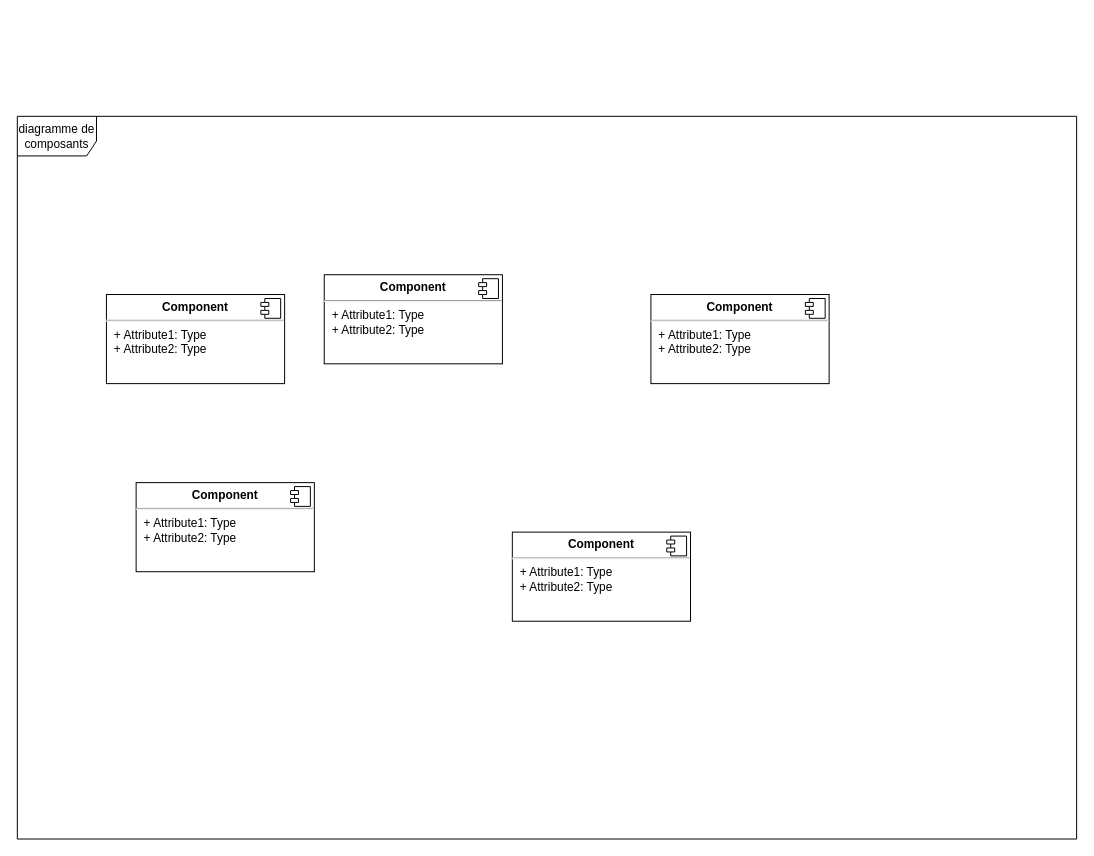
Before: documentation/Diagramme de composants.drawio in jbbaillet85/OCpizzas, a draw.io diagram. Source tidied: cells renumbered, new cells numbered last; positions are measured from the earlier drawing's top-left corner, leaving out a move shared by most shapes. Both pictures are drawn from the tidied source at 99%, with x=0, y=0 at pixel (17, 116).
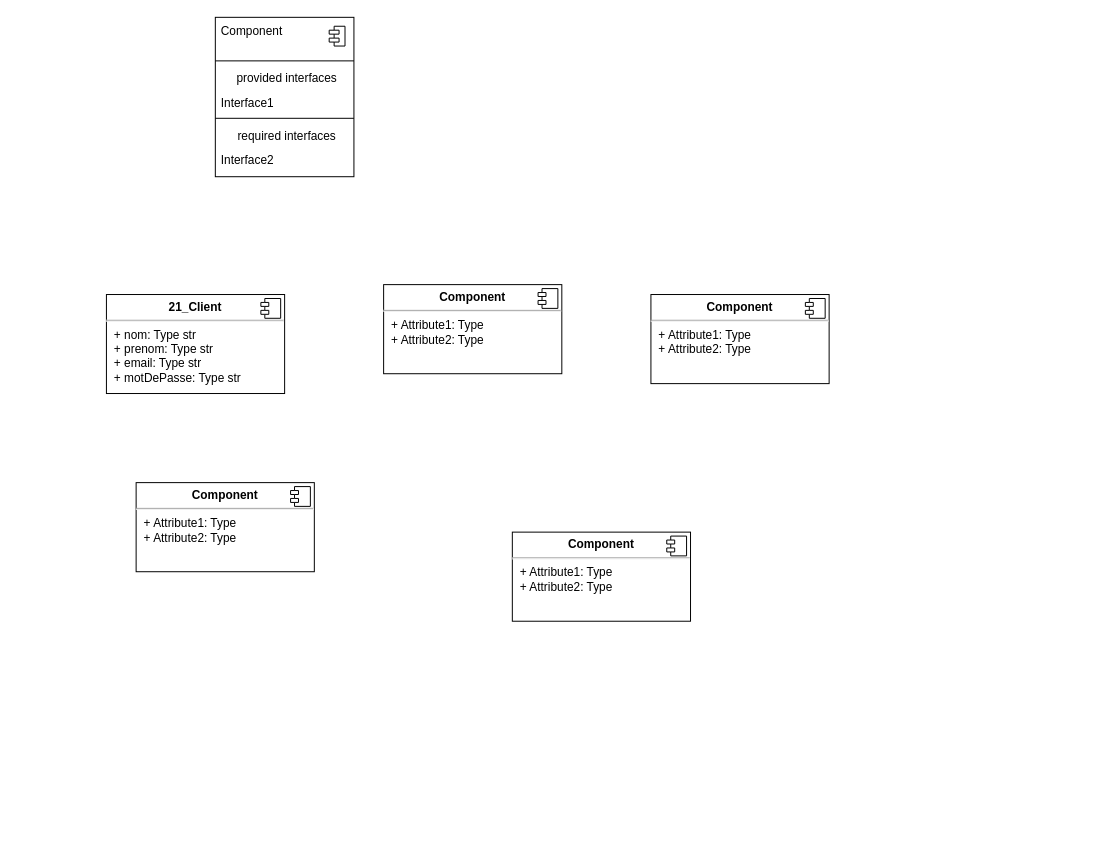
After the change.

Commit message (it also covers changes not shown here):
diagrame de deploiement

Change to the diagram source:
```diff
@@
-    <mxCell id="2" value="diagramme de composants" style="shape=umlFrame;whiteSpace=wrap;html=1;width=80;height=40;" parent="1" vertex="1">
-      <mxGeometry width="1070" height="730" as="geometry" />
-    </mxCell>
     <mxCell id="3" value="&lt;p style=&quot;margin:0px;margin-top:6px;text-align:center;&quot;&gt;&lt;b&gt;Component&lt;/b&gt;&lt;/p&gt;&lt;hr/&gt;&lt;p style=&quot;margin:0px;margin-left:8px;&quot;&gt;+ Attribute1: Type&lt;br/&gt;+ Attribute2: Type&lt;/p&gt;" style="align=left;overflow=fill;html=1;" parent="1" vertex="1">
-      <mxGeometry x="310" y="160" width="180" height="90" as="geometry" />
+      <mxGeometry x="370" y="170" width="180" height="90" as="geometry" />
     </mxCell>
@@
-    <mxCell id="11" value="&lt;p style=&quot;margin:0px;margin-top:6px;text-align:center;&quot;&gt;&lt;b&gt;Component&lt;/b&gt;&lt;/p&gt;&lt;hr/&gt;&lt;p style=&quot;margin:0px;margin-left:8px;&quot;&gt;+ Attribute1: Type&lt;br/&gt;+ Attribute2: Type&lt;/p&gt;" style="align=left;overflow=fill;html=1;" parent="1" vertex="1">
-      <mxGeometry x="90" y="180" width="180" height="90" as="geometry" />
+    <mxCell id="11" value="&lt;p style=&quot;margin: 0px ; margin-top: 6px ; text-align: center&quot;&gt;&lt;b&gt;21_Client&lt;/b&gt;&lt;/p&gt;&lt;hr&gt;&lt;p style=&quot;margin: 0px ; margin-left: 8px&quot;&gt;+ nom: Type str&lt;br&gt;+ prenom: Type str&lt;/p&gt;&lt;p style=&quot;margin: 0px ; margin-left: 8px&quot;&gt;+ email: Type str&lt;/p&gt;&lt;p style=&quot;margin: 0px ; margin-left: 8px&quot;&gt;+ motDePasse: Type str&lt;/p&gt;&lt;p style=&quot;margin: 0px ; margin-left: 8px&quot;&gt;&lt;br&gt;&lt;/p&gt;" style="align=left;overflow=fill;html=1;" parent="1" vertex="1">
+      <mxGeometry x="90" y="180" width="180" height="100" as="geometry" />
     </mxCell>
@@
+    <mxCell id="13" style="fontStyle=1;align=center;verticalAlign=top;horizontal=1;" parent="1" vertex="1">
+      <mxGeometry x="200" y="-100" width="140" height="161" as="geometry" />
+    </mxCell>
+    <mxCell id="14" value="Component" style="html=1;align=left;spacingLeft=4;verticalAlign=top;strokeColor=none;fillColor=none;" parent="13" vertex="1">
+      <mxGeometry width="140" height="40" as="geometry" />
+    </mxCell>
+    <mxCell id="15" style="shape=module;jettyWidth=10;jettyHeight=4;" parent="14" vertex="1">
+      <mxGeometry x="1" width="16" height="20" relative="1" as="geometry">
+        <mxPoint x="-25" y="9" as="offset" />
+      </mxGeometry>
+    </mxCell>
+    <mxCell id="16" style="line;strokeWidth=1;fillColor=none;align=left;verticalAlign=middle;spacingTop=-1;spacingLeft=3;spacingRight=3;labelPosition=right;" parent="13" vertex="1">
+      <mxGeometry y="40" width="140" height="8" as="geometry" />
+    </mxCell>
+    <mxCell id="17" value="provided interfaces" style="html=1;align=center;spacingLeft=4;verticalAlign=top;strokeColor=none;fillColor=none;" parent="13" vertex="1">
+      <mxGeometry y="48" width="140" height="25" as="geometry" />
+    </mxCell>
+    <mxCell id="18" value="Interface1" style="html=1;align=left;spacingLeft=4;verticalAlign=top;strokeColor=none;fillColor=none;" parent="13" vertex="1">
+      <mxGeometry y="73" width="140" height="25" as="geometry" />
+    </mxCell>
+    <mxCell id="19" style="line;strokeWidth=1;fillColor=none;align=left;verticalAlign=middle;spacingTop=-1;spacingLeft=3;spacingRight=3;labelPosition=right;" parent="13" vertex="1">
+      <mxGeometry y="98" width="140" height="8" as="geometry" />
+    </mxCell>
+    <mxCell id="20" value="required interfaces" style="html=1;align=center;spacingLeft=4;verticalAlign=top;strokeColor=none;fillColor=none;" parent="13" vertex="1">
+      <mxGeometry y="106" width="140" height="25" as="geometry" />
+    </mxCell>
+    <mxCell id="21" value="Interface2" style="html=1;align=left;spacingLeft=4;verticalAlign=top;strokeColor=none;fillColor=none;" parent="13" vertex="1">
+      <mxGeometry y="131" width="140" height="30" as="geometry" />
+    </mxCell>
```
